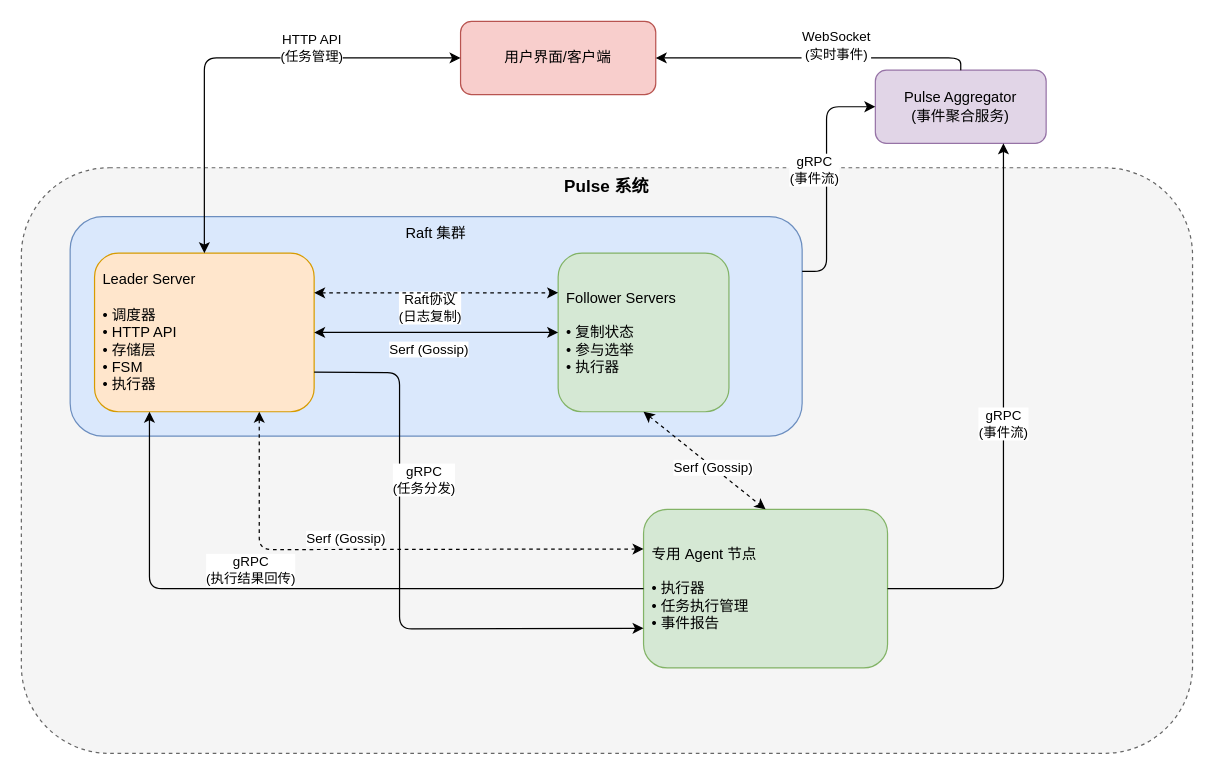
Before: projects/pulse架构图.drawio in hanzug/draw.io, a draw.io diagram. Source tidied: cells renumbered, new cells numbered last; positions are measured from the earlier drawing's top-left corner, leaving out a move shared by most shapes. Both pictures are drawn from the tidied source at 122%, with x=0, y=0 at pixel (21, 21).
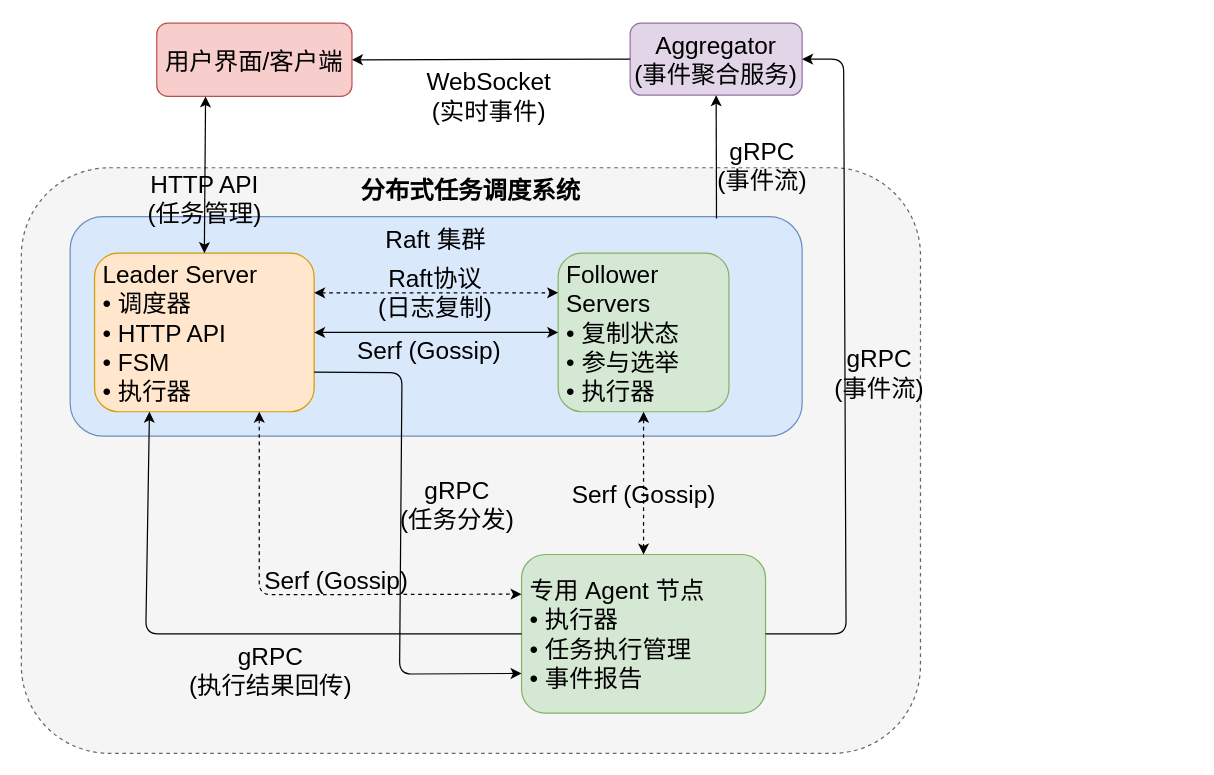
Above is the later version.

Commit message:
更新pulse架构图.drawio

Diff of the diagram source:
```diff
@@
-    <mxCell id="2" value="用户界面/客户端" style="rounded=1;whiteSpace=wrap;html=1;fillColor=#f8cecc;strokeColor=#b85450;" parent="1" vertex="1">
-      <mxGeometry x="360" width="160" height="60" as="geometry" />
+    <mxCell id="2" value="用户界面/客户端" style="rounded=1;whiteSpace=wrap;html=1;fillColor=#f8cecc;strokeColor=#b85450;fontSize=20;" parent="1" vertex="1">
+      <mxGeometry x="111" y="1.5" width="160" height="60" as="geometry" />
     </mxCell>
-    <mxCell id="3" value="Pulse 系统" style="rounded=1;whiteSpace=wrap;html=1;fillColor=#f5f5f5;strokeColor=#666666;verticalAlign=top;fontStyle=1;fontSize=14;dashed=1;" parent="1" vertex="1">
-      <mxGeometry y="120" width="960" height="480" as="geometry" />
+    <mxCell id="3" value="分布式任务调度系统" style="rounded=1;whiteSpace=wrap;html=1;fillColor=#f5f5f5;strokeColor=#666666;verticalAlign=top;fontStyle=1;fontSize=20;dashed=1;" parent="1" vertex="1">
+      <mxGeometry y="120" width="737" height="480" as="geometry" />
     </mxCell>
-    <mxCell id="4" value="Pulse Aggregator&#10;(事件聚合服务)" style="rounded=1;whiteSpace=wrap;html=1;fillColor=#e1d5e7;strokeColor=#9673a6;" parent="1" vertex="1">
-      <mxGeometry x="700" y="40" width="140" height="60" as="geometry" />
+    <mxCell id="4" value="Aggregator&lt;br&gt;(事件聚合服务)" style="rounded=1;whiteSpace=wrap;html=1;fillColor=#e1d5e7;strokeColor=#9673a6;fontSize=20;" parent="1" vertex="1">
+      <mxGeometry x="499" y="1.5" width="141" height="59" as="geometry" />
     </mxCell>
-    <mxCell id="5" value="Raft 集群" style="rounded=1;whiteSpace=wrap;html=1;fillColor=#dae8fc;strokeColor=#6c8ebf;verticalAlign=top;align=center;" parent="1" vertex="1">
+    <mxCell id="5" value="Raft 集群" style="rounded=1;whiteSpace=wrap;html=1;fillColor=#dae8fc;strokeColor=#6c8ebf;verticalAlign=top;align=center;fontSize=20;" parent="1" vertex="1">
       <mxGeometry x="40" y="160" width="600" height="180" as="geometry" />
     </mxCell>
-    <mxCell id="6" value="Leader Server&lt;br&gt;&lt;br&gt;• 调度器&lt;br&gt;• HTTP API&lt;br&gt;• 存储层&lt;br&gt;• FSM&lt;br&gt;• 执行器" style="rounded=1;whiteSpace=wrap;html=1;fillColor=#ffe6cc;strokeColor=#d79b00;align=left;spacingLeft=5;" parent="1" vertex="1">
+    <mxCell id="6" value="Leader Server&lt;br&gt;• 调度器&lt;br&gt;• HTTP API&lt;br&gt;• FSM&lt;br&gt;• 执行器" style="rounded=1;whiteSpace=wrap;html=1;fillColor=#ffe6cc;strokeColor=#d79b00;align=left;spacingLeft=5;fontSize=20;" parent="1" vertex="1">
       <mxGeometry x="60" y="190" width="180" height="130" as="geometry" />
     </mxCell>
-    <mxCell id="7" value="Follower Servers&lt;br&gt;&lt;br&gt;• 复制状态&lt;br&gt;• 参与选举&lt;br&gt;• 执行器" style="rounded=1;whiteSpace=wrap;html=1;fillColor=#d5e8d4;strokeColor=#82b366;align=left;spacingLeft=5;" parent="1" vertex="1">
+    <mxCell id="7" value="Follower Servers&lt;br&gt;• 复制状态&lt;br&gt;• 参与选举&lt;br&gt;• 执行器" style="rounded=1;whiteSpace=wrap;html=1;fillColor=#d5e8d4;strokeColor=#82b366;align=left;spacingLeft=5;fontSize=20;" parent="1" vertex="1">
       <mxGeometry x="440" y="190" width="140" height="130" as="geometry" />
     </mxCell>
-    <mxCell id="8" value="专用 Agent 节点&lt;br&gt;&lt;br&gt;• 执行器&lt;br&gt;• 任务执行管理&lt;br&gt;• 事件报告" style="rounded=1;whiteSpace=wrap;html=1;fillColor=#d5e8d4;strokeColor=#82b366;align=left;spacingLeft=5;" parent="1" vertex="1">
-      <mxGeometry x="510" y="400" width="200" height="130" as="geometry" />
+    <mxCell id="8" value="专用 Agent 节点&lt;br&gt;• 执行器&lt;br&gt;• 任务执行管理&lt;br&gt;• 事件报告" style="rounded=1;whiteSpace=wrap;html=1;fillColor=#d5e8d4;strokeColor=#82b366;align=left;spacingLeft=5;fontSize=20;" parent="1" vertex="1">
+      <mxGeometry x="410" y="437" width="200" height="130" as="geometry" />
     </mxCell>
-    <mxCell id="9" value="HTTP API&#10;(任务管理)" style="endArrow=classic;startArrow=classic;html=1;exitX=0;exitY=0.5;exitDx=0;exitDy=0;entryX=0.5;entryY=0;entryDx=0;entryDy=0;" parent="1" edge="1" source="2" target="6">
-      <mxGeometry x="-0.34" y="-8" relative="1" as="geometry">
-        <Array as="points">
-          <mxPoint x="150" y="30" />
-        </Array>
-      </mxGeometry>
+    <mxCell id="9" value="HTTP API&#10;(任务管理)" style="endArrow=classic;startArrow=classic;html=1;exitX=0.25;exitY=1;exitDx=0;exitDy=0;entryX=0.5;entryY=0;entryDx=0;entryDy=0;fontSize=20;labelBackgroundColor=none;" parent="1" edge="1" source="2" target="6">
+      <mxGeometry x="0.3" relative="1" as="geometry" />
     </mxCell>
-    <mxCell id="10" value="WebSocket&#10;(实时事件)" style="endArrow=classic;html=1;exitX=0.5;exitY=0;exitDx=0;exitDy=0;entryX=1;entryY=0.5;entryDx=0;entryDy=0;" parent="1" edge="1" source="4" target="2">
-      <mxGeometry x="-0.14" y="-10" relative="1" as="geometry">
-        <Array as="points">
-          <mxPoint x="770" y="30" />
-        </Array>
-      </mxGeometry>
+    <mxCell id="10" value="WebSocket&#10;(实时事件)" style="endArrow=classic;html=1;exitX=0;exitY=0.5;exitDx=0;exitDy=0;entryX=1;entryY=0.5;entryDx=0;entryDy=0;fontSize=20;labelBackgroundColor=none;" parent="1" edge="1" source="4" target="2">
+      <mxGeometry x="0.02" y="30" relative="1" as="geometry" />
     </mxCell>
-    <mxCell id="11" value="Raft协议&#10;(日志复制)" style="endArrow=classic;startArrow=classic;html=1;exitX=1;exitY=0.5;exitDx=0;exitDy=0;entryX=0;entryY=0.5;entryDx=0;entryDy=0;" parent="1" edge="1" source="6" target="7">
-      <mxGeometry x="-0.05" y="20" relative="1" as="geometry" />
+    <mxCell id="11" value="Raft协议&#10;(日志复制)" style="endArrow=classic;startArrow=classic;html=1;exitX=1;exitY=0.5;exitDx=0;exitDy=0;entryX=0;entryY=0.5;entryDx=0;entryDy=0;fontSize=20;labelBackgroundColor=none;" parent="1" edge="1" source="6" target="7">
+      <mxGeometry x="-0.01" y="33" relative="1" as="geometry" />
     </mxCell>
-    <mxCell id="12" value="Serf (Gossip)" style="endArrow=classic;startArrow=classic;html=1;exitX=1;exitY=0.25;exitDx=0;exitDy=0;entryX=0;entryY=0.25;entryDx=0;entryDy=0;dashed=1;" parent="1" edge="1" source="6" target="7">
+    <mxCell id="12" value="Serf (Gossip)" style="endArrow=classic;startArrow=classic;html=1;exitX=1;exitY=0.25;exitDx=0;exitDy=0;entryX=0;entryY=0.25;entryDx=0;entryDy=0;dashed=1;fontSize=20;labelBackgroundColor=none;" parent="1" edge="1" source="6" target="7">
       <mxGeometry x="-0.06" y="-45" relative="1" as="geometry">
         <mxPoint y="1" as="offset" />
       </mxGeometry>
     </mxCell>
-    <mxCell id="13" value="Serf (Gossip)" style="endArrow=classic;startArrow=classic;html=1;exitX=0.75;exitY=1;exitDx=0;exitDy=0;entryX=0;entryY=0.25;entryDx=0;entryDy=0;dashed=1;" parent="1" edge="1" source="6" target="8">
-      <mxGeometry x="-0.14" y="9" relative="1" as="geometry">
+    <mxCell id="13" value="Serf (Gossip)" style="endArrow=classic;startArrow=classic;html=1;exitX=0.75;exitY=1;exitDx=0;exitDy=0;entryX=0;entryY=0.25;entryDx=0;entryDy=0;dashed=1;fontSize=20;labelBackgroundColor=none;" parent="1" edge="1" source="6" target="8">
+      <mxGeometry x="0.16" y="12" relative="1" as="geometry">
         <Array as="points">
-          <mxPoint x="195" y="433" />
+          <mxPoint x="195" y="470" />
         </Array>
+        <mxPoint x="1" as="offset" />
       </mxGeometry>
     </mxCell>
-    <mxCell id="14" value="Serf (Gossip)" style="endArrow=classic;startArrow=classic;html=1;exitX=0.5;exitY=1;exitDx=0;exitDy=0;entryX=0.5;entryY=0;entryDx=0;entryDy=0;dashed=1;" parent="1" edge="1" source="7" target="8">
+    <mxCell id="14" value="Serf (Gossip)" style="endArrow=classic;startArrow=classic;html=1;exitX=0.5;exitY=1;exitDx=0;exitDy=0;entryX=0.5;entryY=0;entryDx=0;entryDy=0;dashed=1;fontSize=20;labelBackgroundColor=none;" parent="1" edge="1" source="7" target="8">
       <mxGeometry x="0.14" relative="1" as="geometry" />
     </mxCell>
-    <mxCell id="15" value="gRPC&#10;(任务分发)" style="endArrow=classic;html=1;exitX=1;exitY=0.75;exitDx=0;exitDy=0;entryX=0;entryY=0.75;entryDx=0;entryDy=0;" parent="1" edge="1" source="6" target="8">
-      <mxGeometry x="-0.34" y="20" relative="1" as="geometry">
+    <mxCell id="15" value="gRPC&#10;(任务分发)" style="endArrow=classic;html=1;exitX=1;exitY=0.75;exitDx=0;exitDy=0;entryX=0;entryY=0.75;entryDx=0;entryDy=0;fontSize=20;labelBackgroundColor=none;" parent="1" edge="1" source="6" target="8">
+      <mxGeometry x="-0.14" y="46" relative="1" as="geometry">
         <Array as="points">
-          <mxPoint x="310" y="288" />
-          <mxPoint x="310" y="498" />
+          <mxPoint x="312" y="288" />
+          <mxPoint x="310" y="535" />
         </Array>
       </mxGeometry>
     </mxCell>
-    <mxCell id="16" value="gRPC&#10;(执行结果回传)" style="endArrow=classic;html=1;exitX=0;exitY=0.5;exitDx=0;exitDy=0;entryX=0.25;entryY=1;entryDx=0;entryDy=0;" parent="1" edge="1" source="8" target="6">
-      <mxGeometry x="0.17" y="-15" relative="1" as="geometry">
+    <mxCell id="16" value="gRPC&#10;(执行结果回传)" style="endArrow=classic;html=1;exitX=0;exitY=0.5;exitDx=0;exitDy=0;entryX=0.25;entryY=1;entryDx=0;entryDy=0;fontSize=20;labelBackgroundColor=none;" parent="1" edge="1" source="8" target="6">
+      <mxGeometry x="-0.16" y="30" relative="1" as="geometry">
         <Array as="points">
-          <mxPoint x="105" y="465" />
+          <mxPoint x="102" y="502" />
         </Array>
       </mxGeometry>
     </mxCell>
-    <mxCell id="17" value="gRPC&#10;(事件流)" style="endArrow=classic;html=1;exitX=1;exitY=0.25;exitDx=0;exitDy=0;entryX=0;entryY=0.5;entryDx=0;entryDy=0;" parent="1" edge="1" source="5" target="4">
-      <mxGeometry x="0.06" y="10" relative="1" as="geometry">
-        <Array as="points">
-          <mxPoint x="660" y="205" />
-          <mxPoint x="660" y="70" />
-        </Array>
-      </mxGeometry>
+    <mxCell id="17" value="gRPC&#10;(事件流)" style="endArrow=classic;html=1;exitX=0.883;exitY=0.009;exitDx=0;exitDy=0;entryX=0.5;entryY=1;entryDx=0;entryDy=0;fontSize=20;exitPerimeter=0;labelBackgroundColor=none;" parent="1" edge="1" source="5" target="4">
+      <mxGeometry x="-0.12" y="-37" relative="1" as="geometry" />
     </mxCell>
-    <mxCell id="18" value="gRPC&#10;(事件流)" style="endArrow=classic;html=1;exitX=1;exitY=0.5;exitDx=0;exitDy=0;entryX=0.75;entryY=1;entryDx=0;entryDy=0;" parent="1" edge="1" source="8" target="4">
-      <mxGeometry relative="1" as="geometry">
+    <mxCell id="18" value="gRPC&#10;(事件流)" style="endArrow=classic;html=1;exitX=1;exitY=0.5;exitDx=0;exitDy=0;entryX=1;entryY=0.5;entryDx=0;entryDy=0;fontSize=20;labelBackgroundColor=none;" parent="1" edge="1" source="8" target="4">
+      <mxGeometry x="-0.02" y="-28" relative="1" as="geometry">
         <Array as="points">
-          <mxPoint x="805" y="465" />
+          <mxPoint x="676" y="502" />
+          <mxPoint x="674" y="31" />
         </Array>
       </mxGeometry>
     </mxCell>
```
